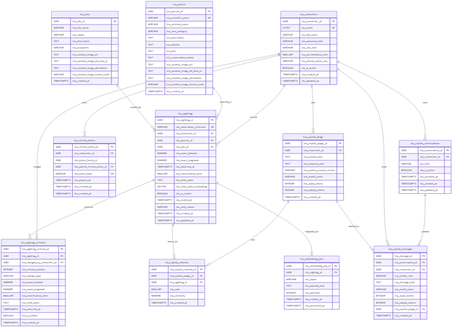
Earlier version of the Mermaid export modelo_entidad_relacion.png (Danieloid3/Bioma_App). Its source is kept beside it as modelo_entidad_relacion.mmd.
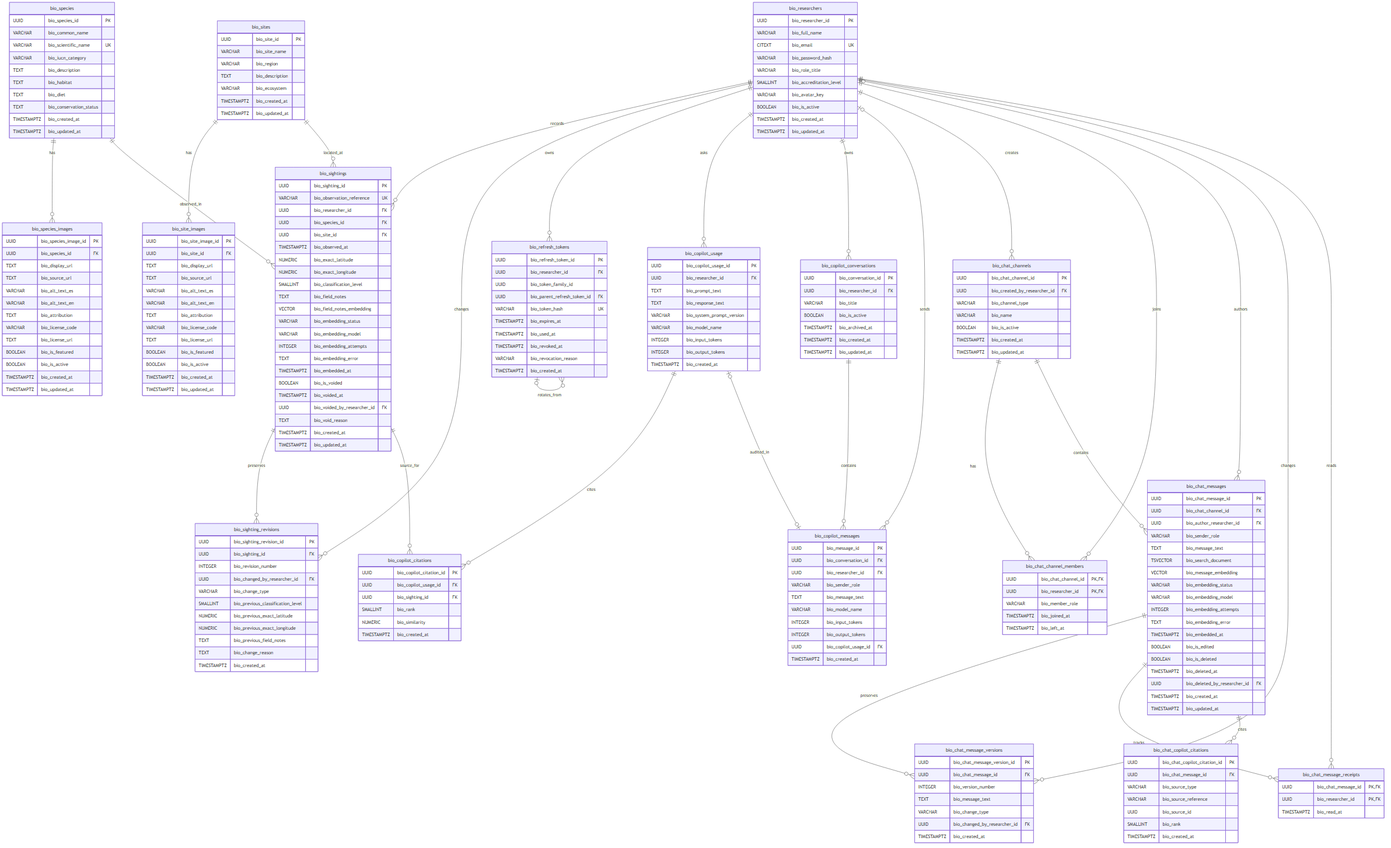
The same file after the commit.

Change to the diagram source:
```diff
@@ -1,27 +1,39 @@
 erDiagram
     bio_researchers ||--o{ bio_sightings : records
+    bio_species ||--o{ bio_species_images : has
     bio_species ||--o{ bio_sightings : observed_in
+    bio_sites ||--o{ bio_site_images : has
     bio_sites ||--o{ bio_sightings : located_at
     bio_researchers ||--o{ bio_sighting_revisions : changes
     bio_sightings ||--o{ bio_sighting_revisions : preserves
     bio_researchers ||--o{ bio_refresh_tokens : owns
+    bio_refresh_tokens o|--o{ bio_refresh_tokens : rotates_from
     bio_researchers ||--o{ bio_copilot_usage : asks
     bio_copilot_usage ||--o{ bio_copilot_citations : cites
     bio_sightings ||--o{ bio_copilot_citations : source_for
     bio_researchers ||--o{ bio_copilot_conversations : owns
     bio_copilot_conversations ||--o{ bio_copilot_messages : contains
-    bio_researchers ||--o{ bio_copilot_messages : sends
-    bio_copilot_usage ||--o{ bio_copilot_messages : audited_in
-    bio_sightings ||--o| bio_embedding_jobs : enqueued_for
+    bio_researchers o|--o{ bio_copilot_messages : sends
+    bio_copilot_usage o|--o| bio_copilot_messages : audited_in
+    bio_researchers ||--o{ bio_chat_channels : creates
+    bio_researchers ||--o{ bio_chat_channel_members : joins
+    bio_chat_channels ||--o{ bio_chat_channel_members : has
+    bio_chat_channels ||--o{ bio_chat_messages : contains
+    bio_researchers o|--o{ bio_chat_messages : authors
+    bio_chat_messages ||--o{ bio_chat_message_versions : preserves
+    bio_researchers ||--o{ bio_chat_message_versions : changes
+    bio_chat_messages ||--o{ bio_chat_message_receipts : tracks
+    bio_researchers ||--o{ bio_chat_message_receipts : reads
+    bio_chat_messages ||--o{ bio_chat_copilot_citations : cites
 
     bio_researchers {
         UUID bio_researcher_id PK
+        VARCHAR bio_full_name
         CITEXT bio_email UK
-        VARCHAR bio_full_name
         VARCHAR bio_password_hash
         VARCHAR bio_role_title
         SMALLINT bio_accreditation_level
-        VARCHAR bio_animal_avatar_key
+        VARCHAR bio_avatar_key
         BOOLEAN bio_is_active
         TIMESTAMPTZ bio_created_at
         TIMESTAMPTZ bio_updated_at
@@ -29,18 +41,31 @@
 
     bio_species {
         UUID bio_species_id PK
+        VARCHAR bio_common_name
         VARCHAR bio_scientific_name UK
-        VARCHAR bio_common_name
         VARCHAR bio_iucn_category
         TEXT bio_description
         TEXT bio_habitat
         TEXT bio_diet
         TEXT bio_conservation_status
-        TEXT bio_curated_image_url
-        TEXT bio_curated_image_alt_text_es
-        TEXT bio_curated_image_attribution
-        VARCHAR bio_curated_image_license_code
         TIMESTAMPTZ bio_created_at
+        TIMESTAMPTZ bio_updated_at
+    }
+
+    bio_species_images {
+        UUID bio_species_image_id PK
+        UUID bio_species_id FK
+        TEXT bio_display_url
+        TEXT bio_source_url
+        VARCHAR bio_alt_text_es
+        VARCHAR bio_alt_text_en
+        TEXT bio_attribution
+        VARCHAR bio_license_code
+        TEXT bio_license_url
+        BOOLEAN bio_is_featured
+        BOOLEAN bio_is_active
+        TIMESTAMPTZ bio_created_at
+        TIMESTAMPTZ bio_updated_at
     }
 
     bio_sites {
@@ -49,11 +74,24 @@
         VARCHAR bio_region
         TEXT bio_description
         VARCHAR bio_ecosystem
-        TEXT bio_curated_image_url
-        TEXT bio_curated_image_alt_text_es
-        TEXT bio_curated_image_attribution
-        VARCHAR bio_curated_image_license_code
         TIMESTAMPTZ bio_created_at
+        TIMESTAMPTZ bio_updated_at
+    }
+
+    bio_site_images {
+        UUID bio_site_image_id PK
+        UUID bio_site_id FK
+        TEXT bio_display_url
+        TEXT bio_source_url
+        VARCHAR bio_alt_text_es
+        VARCHAR bio_alt_text_en
+        TEXT bio_attribution
+        VARCHAR bio_license_code
+        TEXT bio_license_url
+        BOOLEAN bio_is_featured
+        BOOLEAN bio_is_active
+        TIMESTAMPTZ bio_created_at
+        TIMESTAMPTZ bio_updated_at
     }
 
     bio_sightings {
@@ -62,15 +100,21 @@
         UUID bio_researcher_id FK
         UUID bio_species_id FK
         UUID bio_site_id FK
+        TIMESTAMPTZ bio_observed_at
         NUMERIC bio_exact_latitude
         NUMERIC bio_exact_longitude
-        TIMESTAMPTZ bio_observed_at
         SMALLINT bio_classification_level
         TEXT bio_field_notes
         VECTOR bio_field_notes_embedding
+        VARCHAR bio_embedding_status
+        VARCHAR bio_embedding_model
+        INTEGER bio_embedding_attempts
+        TEXT bio_embedding_error
+        TIMESTAMPTZ bio_embedded_at
         BOOLEAN bio_is_voided
         TIMESTAMPTZ bio_voided_at
-        VARCHAR bio_void_reason
+        UUID bio_voided_by_researcher_id FK
+        TEXT bio_void_reason
         TIMESTAMPTZ bio_created_at
         TIMESTAMPTZ bio_updated_at
     }
@@ -78,15 +122,14 @@
     bio_sighting_revisions {
         UUID bio_sighting_revision_id PK
         UUID bio_sighting_id FK
+        INTEGER bio_revision_number
         UUID bio_changed_by_researcher_id FK
-        INTEGER bio_revision_number
         VARCHAR bio_change_type
-        NUMERIC bio_exact_latitude
-        NUMERIC bio_exact_longitude
-        SMALLINT bio_classification_level
-        TEXT bio_field_notes
-        TIMESTAMPTZ bio_observed_at
-        BOOLEAN bio_is_voided
+        SMALLINT bio_previous_classification_level
+        NUMERIC bio_previous_exact_latitude
+        NUMERIC bio_previous_exact_longitude
+        TEXT bio_previous_field_notes
+        TEXT bio_change_reason
         TIMESTAMPTZ bio_created_at
     }
 
@@ -97,7 +140,30 @@
         UUID bio_parent_refresh_token_id FK
         VARCHAR bio_token_hash UK
         TIMESTAMPTZ bio_expires_at
+        TIMESTAMPTZ bio_used_at
         TIMESTAMPTZ bio_revoked_at
+        VARCHAR bio_revocation_reason
+        TIMESTAMPTZ bio_created_at
+    }
+
+    bio_copilot_usage {
+        UUID bio_copilot_usage_id PK
+        UUID bio_researcher_id FK
+        TEXT bio_prompt_text
+        TEXT bio_response_text
+        VARCHAR bio_system_prompt_version
+        VARCHAR bio_model_name
+        INTEGER bio_input_tokens
+        INTEGER bio_output_tokens
+        TIMESTAMPTZ bio_created_at
+    }
+
+    bio_copilot_citations {
+        UUID bio_copilot_citation_id PK
+        UUID bio_copilot_usage_id FK
+        UUID bio_sighting_id FK
+        SMALLINT bio_rank
+        NUMERIC bio_similarity
         TIMESTAMPTZ bio_created_at
     }
 
@@ -124,33 +190,67 @@
         TIMESTAMPTZ bio_created_at
     }
 
-    bio_copilot_usage {
-        UUID bio_copilot_usage_id PK
-        UUID bio_researcher_id FK
-        TEXT bio_prompt_text
-        TEXT bio_response_text
-        VARCHAR bio_system_prompt_version
-        VARCHAR bio_model_name
-        INTEGER bio_input_tokens
-        INTEGER bio_output_tokens
+    bio_chat_channels {
+        UUID bio_chat_channel_id PK
+        UUID bio_created_by_researcher_id FK
+        VARCHAR bio_channel_type
+        VARCHAR bio_name
+        BOOLEAN bio_is_active
+        TIMESTAMPTZ bio_created_at
+        TIMESTAMPTZ bio_updated_at
+    }
+
+    bio_chat_channel_members {
+        UUID bio_chat_channel_id PK,FK
+        UUID bio_researcher_id PK,FK
+        VARCHAR bio_member_role
+        TIMESTAMPTZ bio_joined_at
+        TIMESTAMPTZ bio_left_at
+    }
+
+    bio_chat_messages {
+        UUID bio_chat_message_id PK
+        UUID bio_chat_channel_id FK
+        UUID bio_author_researcher_id FK
+        VARCHAR bio_sender_role
+        TEXT bio_message_text
+        TSVECTOR bio_search_document
+        VECTOR bio_message_embedding
+        VARCHAR bio_embedding_status
+        VARCHAR bio_embedding_model
+        INTEGER bio_embedding_attempts
+        TEXT bio_embedding_error
+        TIMESTAMPTZ bio_embedded_at
+        BOOLEAN bio_is_edited
+        BOOLEAN bio_is_deleted
+        TIMESTAMPTZ bio_deleted_at
+        UUID bio_deleted_by_researcher_id FK
+        TIMESTAMPTZ bio_created_at
+        TIMESTAMPTZ bio_updated_at
+    }
+
+    bio_chat_message_versions {
+        UUID bio_chat_message_version_id PK
+        UUID bio_chat_message_id FK
+        INTEGER bio_version_number
+        TEXT bio_message_text
+        VARCHAR bio_change_type
+        UUID bio_changed_by_researcher_id FK
         TIMESTAMPTZ bio_created_at
     }
 
-    bio_copilot_citations {
-        UUID bio_copilot_citation_id PK
-        UUID bio_copilot_usage_id FK
-        UUID bio_sighting_id FK
+    bio_chat_message_receipts {
+        UUID bio_chat_message_id PK,FK
+        UUID bio_researcher_id PK,FK
+        TIMESTAMPTZ bio_read_at
+    }
+
+    bio_chat_copilot_citations {
+        UUID bio_chat_copilot_citation_id PK
+        UUID bio_chat_message_id FK
+        VARCHAR bio_source_type
+        VARCHAR bio_source_reference
+        UUID bio_source_id
         SMALLINT bio_rank
-        NUMERIC bio_similarity
         TIMESTAMPTZ bio_created_at
     }
-
-    bio_embedding_jobs {
-        UUID bio_embedding_job_id PK
-        UUID bio_sighting_id FK
-        VARCHAR bio_status
-        TEXT bio_payload_text
-        INTEGER bio_attempts
-        TIMESTAMPTZ bio_created_at
-        TIMESTAMPTZ bio_processed_at
-    }
```
